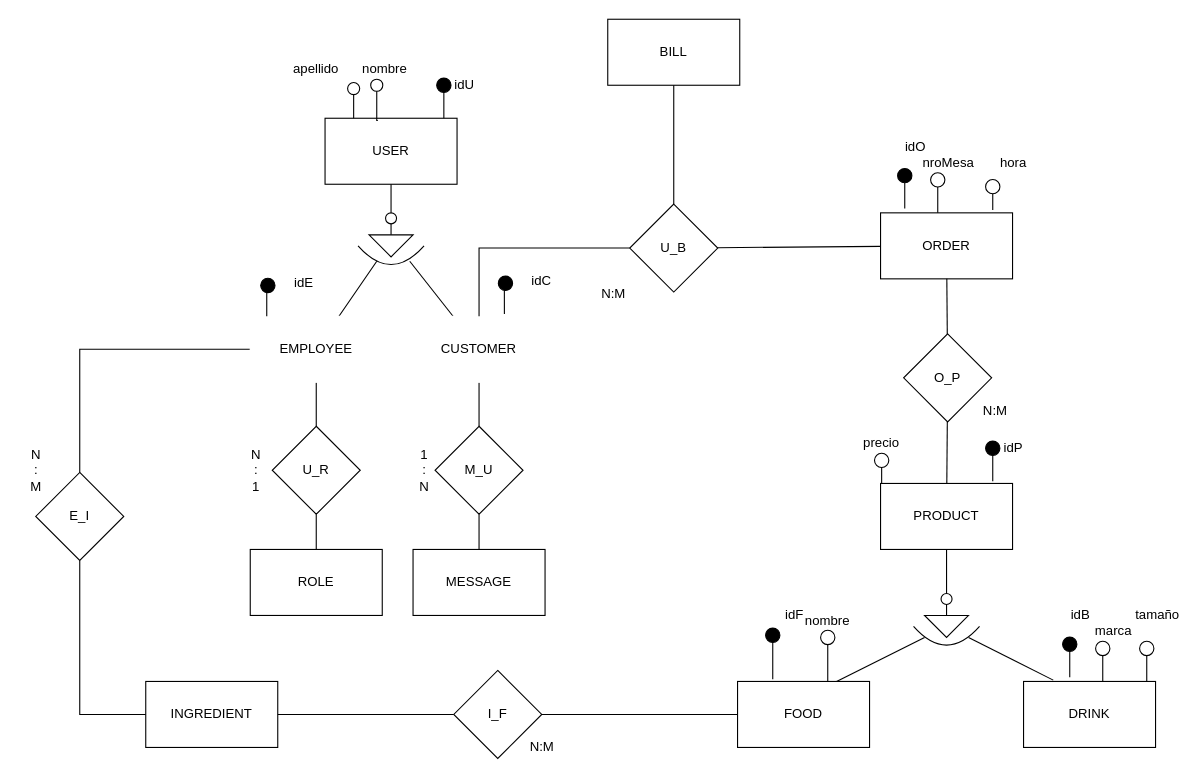
The draw.io diagram scom-rest-erm.drawio in Alvaro-IHC/SCom-rest, before the edit. Source tidied: cells renumbered, new cells numbered last; positions are measured from the earlier drawing's top-left corner, leaving out a move shared by most shapes. Both pictures are drawn from the tidied source at 110%, with x=0, y=0 at pixel (19, 19).
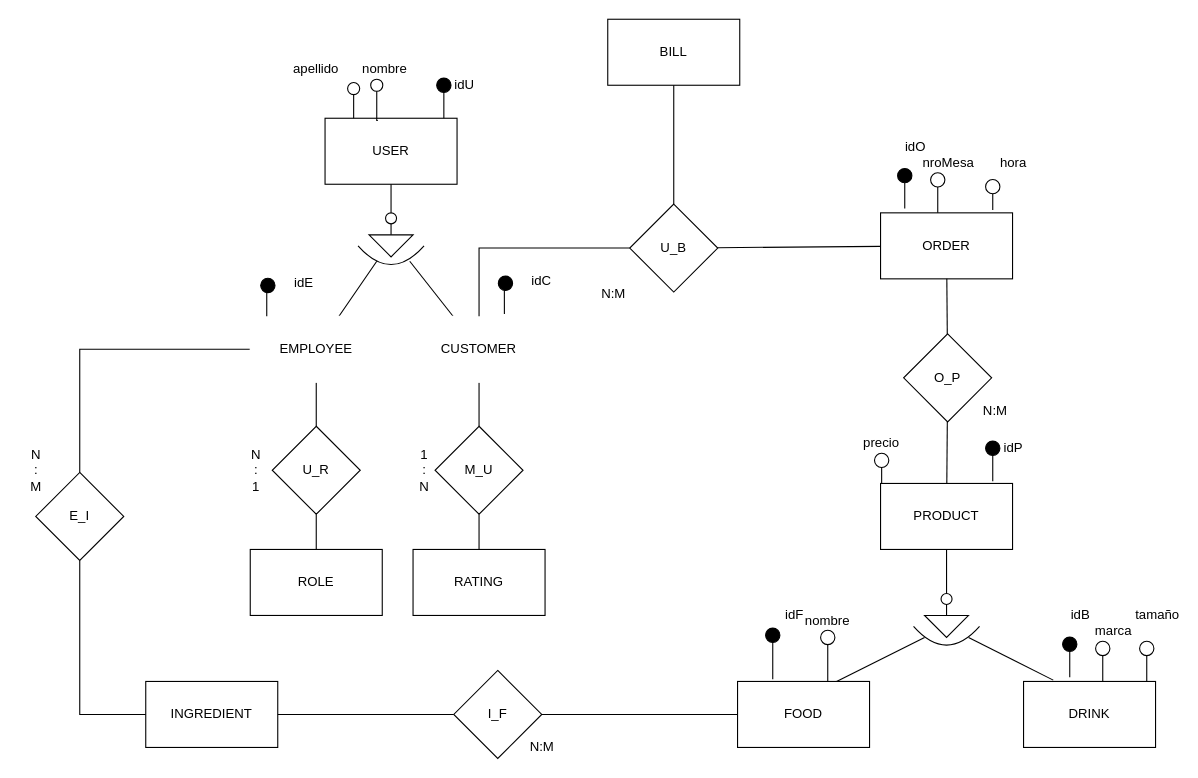
After the change.

Commit message (it also covers changes not shown here):
assigned entities

What changed in the source:
```diff
@@
-    <mxCell id="32" value="MESSAGE" style="rounded=0;whiteSpace=wrap;html=1;" parent="1" vertex="1">
+    <mxCell id="32" value="RATING" style="rounded=0;whiteSpace=wrap;html=1;" parent="1" vertex="1">
       <mxGeometry x="358" y="482" width="120" height="60" as="geometry" />
     </mxCell>
```
